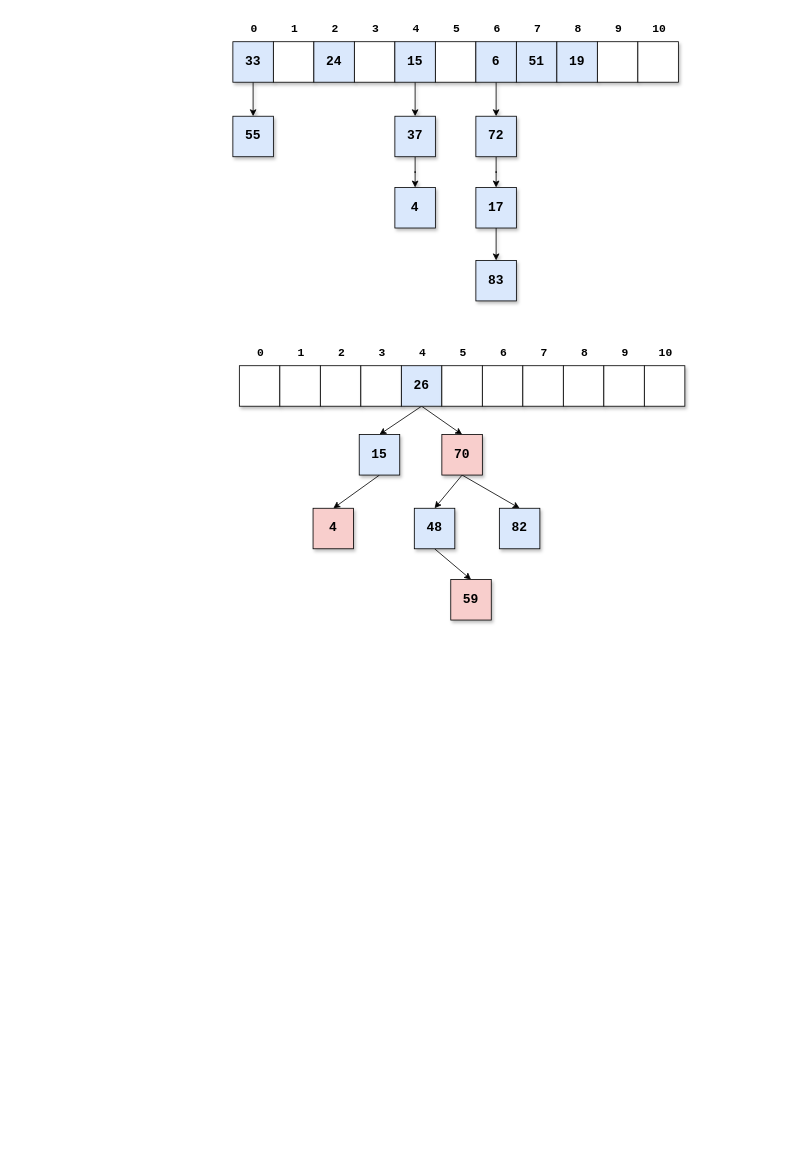
The draw.io diagram algorithm.drawio in Ocsio/draw-io, before the edit. Source tidied: cells renumbered, new cells numbered last; positions are measured from the earlier drawing's top-left corner, leaving out a move shared by most shapes. Both pictures are drawn from the tidied source at 81%, with x=0, y=0 at pixel (232, 17).
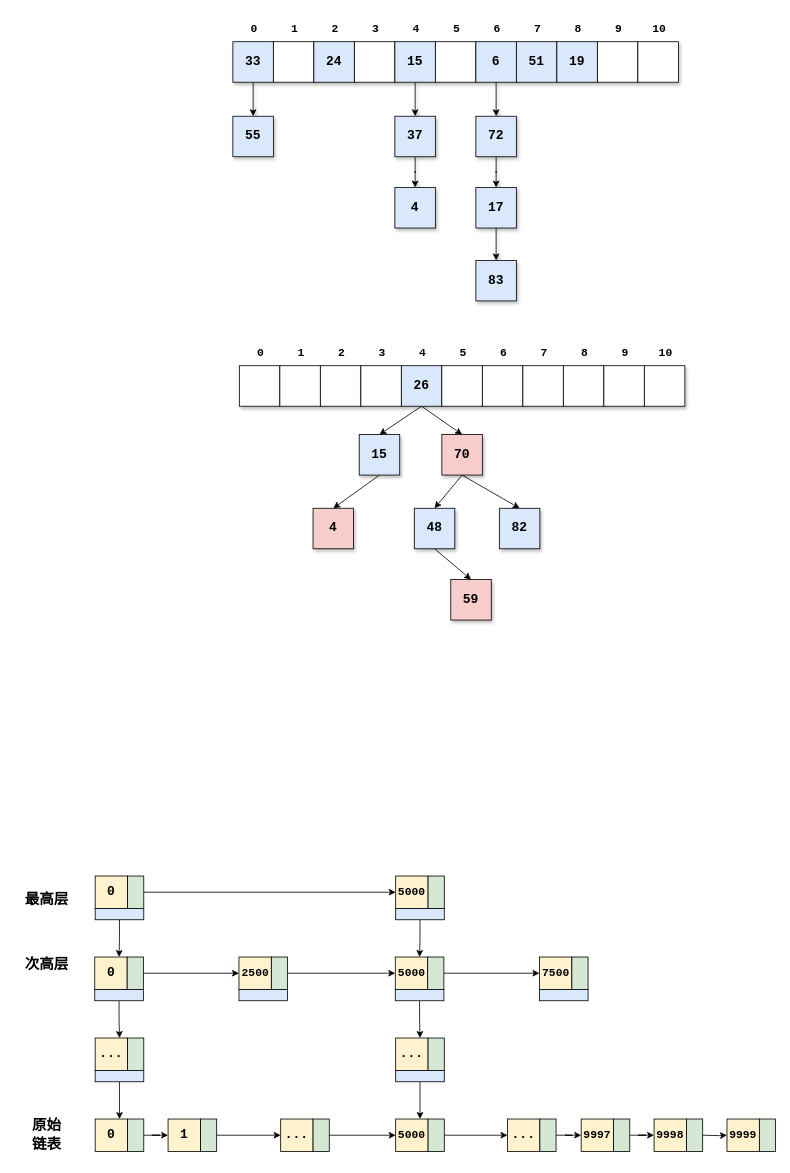
The same page after the edit.

Change to the diagram source:
```diff
@@
+    <mxCell id="70" value="&lt;b&gt;&lt;font style=&quot;font-size: 16px;&quot; face=&quot;Courier New&quot;&gt;0&lt;/font&gt;&lt;/b&gt;" style="rounded=0;whiteSpace=wrap;html=1;fillColor=#fff2cc;strokeColor=default;" parent="1" vertex="1">
+      <mxGeometry x="-170" y="1360" width="40" height="40" as="geometry" />
+    </mxCell>
+    <mxCell id="71" style="edgeStyle=orthogonalEdgeStyle;rounded=0;jettySize=auto;html=1;" parent="1" edge="1" source="72" target="74">
+      <mxGeometry relative="1" as="geometry" />
+    </mxCell>
+    <mxCell id="72" style="rounded=0;whiteSpace=wrap;html=1;fillColor=#d5e8d4;strokeColor=default;" parent="1" vertex="1">
+      <mxGeometry x="-130" y="1360" width="20" height="40" as="geometry" />
+    </mxCell>
+    <mxCell id="73" value="&lt;b style=&quot;font-size: 18px;&quot;&gt;&lt;font style=&quot;font-size: 18px;&quot; face=&quot;Courier New&quot;&gt;原始&lt;br&gt;链表&lt;/font&gt;&lt;/b&gt;" style="text;html=1;align=center;verticalAlign=middle;strokeColor=none;fillColor=none;" parent="1" vertex="1">
+      <mxGeometry x="-260" y="1350" width="60" height="60" as="geometry" />
+    </mxCell>
+    <mxCell id="74" value="&lt;b&gt;&lt;font style=&quot;font-size: 16px;&quot; face=&quot;Courier New&quot;&gt;1&lt;/font&gt;&lt;/b&gt;" style="rounded=0;whiteSpace=wrap;html=1;fillColor=#fff2cc;strokeColor=default;" parent="1" vertex="1">
+      <mxGeometry x="-80" y="1360" width="40" height="40" as="geometry" />
+    </mxCell>
+    <mxCell id="75" style="edgeStyle=orthogonalEdgeStyle;rounded=0;jettySize=auto;html=1;exitX=1;exitY=0.5;exitDx=0;exitDy=0;" parent="1" edge="1" source="76" target="83">
+      <mxGeometry relative="1" as="geometry" />
+    </mxCell>
+    <mxCell id="76" style="rounded=0;whiteSpace=wrap;html=1;fillColor=#d5e8d4;strokeColor=default;" parent="1" vertex="1">
+      <mxGeometry x="-40" y="1360" width="20" height="40" as="geometry" />
+    </mxCell>
+    <mxCell id="77" value="&lt;b&gt;&lt;font style=&quot;font-size: 14px;&quot; face=&quot;Courier New&quot;&gt;5000&lt;/font&gt;&lt;/b&gt;" style="rounded=0;whiteSpace=wrap;html=1;fillColor=#fff2cc;strokeColor=default;" parent="1" vertex="1">
+      <mxGeometry x="201" y="1360" width="40" height="40" as="geometry" />
+    </mxCell>
+    <mxCell id="78" style="edgeStyle=orthogonalEdgeStyle;rounded=0;jettySize=auto;html=1;" parent="1" edge="1" source="79" target="80">
+      <mxGeometry relative="1" as="geometry" />
+    </mxCell>
+    <mxCell id="79" style="rounded=0;whiteSpace=wrap;html=1;fillColor=#d5e8d4;strokeColor=default;" parent="1" vertex="1">
+      <mxGeometry x="241" y="1360" width="20" height="40" as="geometry" />
+    </mxCell>
+    <mxCell id="80" value="&lt;b&gt;&lt;font style=&quot;font-size: 16px;&quot; face=&quot;Courier New&quot;&gt;...&lt;/font&gt;&lt;/b&gt;" style="rounded=0;whiteSpace=wrap;html=1;fillColor=#fff2cc;strokeColor=default;" parent="1" vertex="1">
+      <mxGeometry x="339" y="1360" width="40" height="40" as="geometry" />
+    </mxCell>
+    <mxCell id="81" style="edgeStyle=orthogonalEdgeStyle;rounded=0;jettySize=auto;html=1;" parent="1" edge="1" source="82" target="86">
+      <mxGeometry relative="1" as="geometry" />
+    </mxCell>
+    <mxCell id="82" style="rounded=0;whiteSpace=wrap;html=1;fillColor=#d5e8d4;strokeColor=default;" parent="1" vertex="1">
+      <mxGeometry x="379" y="1360" width="20" height="40" as="geometry" />
+    </mxCell>
+    <mxCell id="83" value="&lt;b&gt;&lt;font style=&quot;font-size: 16px;&quot; face=&quot;Courier New&quot;&gt;...&lt;/font&gt;&lt;/b&gt;" style="rounded=0;whiteSpace=wrap;html=1;fillColor=#fff2cc;strokeColor=default;" parent="1" vertex="1">
+      <mxGeometry x="59" y="1360" width="40" height="40" as="geometry" />
+    </mxCell>
+    <mxCell id="84" style="edgeStyle=orthogonalEdgeStyle;rounded=0;jettySize=auto;html=1;" parent="1" edge="1" source="85" target="77">
+      <mxGeometry relative="1" as="geometry" />
+    </mxCell>
+    <mxCell id="85" style="rounded=0;whiteSpace=wrap;html=1;fillColor=#d5e8d4;strokeColor=default;" parent="1" vertex="1">
+      <mxGeometry x="99" y="1360" width="20" height="40" as="geometry" />
+    </mxCell>
+    <mxCell id="86" value="&lt;b&gt;&lt;font style=&quot;font-size: 14px;&quot; face=&quot;Courier New&quot;&gt;9997&lt;/font&gt;&lt;/b&gt;" style="rounded=0;whiteSpace=wrap;html=1;fillColor=#fff2cc;strokeColor=default;" parent="1" vertex="1">
+      <mxGeometry x="430" y="1360" width="40" height="40" as="geometry" />
+    </mxCell>
+    <mxCell id="87" style="edgeStyle=orthogonalEdgeStyle;rounded=0;jettySize=auto;html=1;" parent="1" edge="1" source="88" target="89">
+      <mxGeometry relative="1" as="geometry" />
+    </mxCell>
+    <mxCell id="88" style="rounded=0;whiteSpace=wrap;html=1;fillColor=#d5e8d4;strokeColor=default;" parent="1" vertex="1">
+      <mxGeometry x="470" y="1360" width="20" height="40" as="geometry" />
+    </mxCell>
+    <mxCell id="89" value="&lt;font size=&quot;1&quot; face=&quot;Courier New&quot;&gt;&lt;b style=&quot;font-size: 14px;&quot;&gt;9998&lt;/b&gt;&lt;/font&gt;" style="rounded=0;whiteSpace=wrap;html=1;fillColor=#fff2cc;strokeColor=default;" parent="1" vertex="1">
+      <mxGeometry x="520" y="1360" width="40" height="40" as="geometry" />
+    </mxCell>
+    <mxCell id="90" style="rounded=0;whiteSpace=wrap;html=1;fillColor=#d5e8d4;strokeColor=default;" parent="1" vertex="1">
+      <mxGeometry x="560" y="1360" width="20" height="40" as="geometry" />
+    </mxCell>
+    <mxCell id="91" style="edgeStyle=orthogonalEdgeStyle;rounded=0;jettySize=auto;html=1;" parent="1" edge="1" target="92">
+      <mxGeometry relative="1" as="geometry">
+        <mxPoint x="580" y="1380" as="sourcePoint" />
+      </mxGeometry>
+    </mxCell>
+    <mxCell id="92" value="&lt;b&gt;&lt;font style=&quot;font-size: 14px;&quot; face=&quot;Courier New&quot;&gt;9999&lt;/font&gt;&lt;/b&gt;" style="rounded=0;whiteSpace=wrap;html=1;fillColor=#fff2cc;strokeColor=default;" parent="1" vertex="1">
+      <mxGeometry x="610" y="1360" width="40" height="40" as="geometry" />
+    </mxCell>
+    <mxCell id="93" style="rounded=0;whiteSpace=wrap;html=1;fillColor=#d5e8d4;strokeColor=default;" parent="1" vertex="1">
+      <mxGeometry x="650" y="1360" width="20" height="40" as="geometry" />
+    </mxCell>
+    <mxCell id="94" value="&lt;b&gt;&lt;font style=&quot;font-size: 16px;&quot; face=&quot;Courier New&quot;&gt;0&lt;/font&gt;&lt;/b&gt;" style="rounded=0;whiteSpace=wrap;html=1;fillColor=#fff2cc;strokeColor=default;" parent="1" vertex="1">
+      <mxGeometry x="-170" y="1060" width="40" height="40" as="geometry" />
+    </mxCell>
+    <mxCell id="95" style="edgeStyle=orthogonalEdgeStyle;rounded=0;jettySize=auto;html=1;" parent="1" edge="1" source="96" target="99">
+      <mxGeometry relative="1" as="geometry" />
+    </mxCell>
+    <mxCell id="96" style="rounded=0;whiteSpace=wrap;html=1;fillColor=#d5e8d4;strokeColor=default;" parent="1" vertex="1">
+      <mxGeometry x="-130" y="1060" width="20" height="40" as="geometry" />
+    </mxCell>
+    <mxCell id="97" style="edgeStyle=orthogonalEdgeStyle;rounded=0;jettySize=auto;html=1;entryX=0.75;entryY=0;entryDx=0;entryDy=0;" parent="1" edge="1" source="98" target="104">
+      <mxGeometry relative="1" as="geometry" />
+    </mxCell>
+    <mxCell id="98" style="rounded=0;whiteSpace=wrap;html=1;fillColor=#dae8fc;strokeColor=default;" parent="1" vertex="1">
+      <mxGeometry x="-170" y="1100" width="60" height="14" as="geometry" />
+    </mxCell>
+    <mxCell id="99" value="&lt;b&gt;&lt;font style=&quot;font-size: 14px;&quot; face=&quot;Courier New&quot;&gt;5000&lt;/font&gt;&lt;/b&gt;" style="rounded=0;whiteSpace=wrap;html=1;fillColor=#fff2cc;strokeColor=default;" parent="1" vertex="1">
+      <mxGeometry x="201" y="1060" width="40" height="40" as="geometry" />
+    </mxCell>
+    <mxCell id="100" style="rounded=0;whiteSpace=wrap;html=1;fillColor=#d5e8d4;strokeColor=default;" parent="1" vertex="1">
+      <mxGeometry x="241" y="1060" width="20" height="40" as="geometry" />
+    </mxCell>
+    <mxCell id="101" style="edgeStyle=orthogonalEdgeStyle;rounded=0;jettySize=auto;html=1;entryX=0.75;entryY=0;entryDx=0;entryDy=0;" parent="1" edge="1" source="102" target="113">
+      <mxGeometry relative="1" as="geometry" />
+    </mxCell>
+    <mxCell id="102" style="rounded=0;whiteSpace=wrap;html=1;fillColor=#dae8fc;strokeColor=default;" parent="1" vertex="1">
+      <mxGeometry x="201" y="1100" width="60" height="14" as="geometry" />
+    </mxCell>
+    <mxCell id="103" value="&lt;font face=&quot;Courier New&quot;&gt;&lt;span style=&quot;font-size: 18px;&quot;&gt;&lt;b&gt;最高层&lt;/b&gt;&lt;/span&gt;&lt;/font&gt;" style="text;html=1;align=center;verticalAlign=middle;strokeColor=none;fillColor=none;" parent="1" vertex="1">
+      <mxGeometry x="-270" y="1070" width="80" height="40" as="geometry" />
+    </mxCell>
+    <mxCell id="104" value="&lt;b&gt;&lt;font style=&quot;font-size: 16px;&quot; face=&quot;Courier New&quot;&gt;0&lt;/font&gt;&lt;/b&gt;" style="rounded=0;whiteSpace=wrap;html=1;fillColor=#fff2cc;strokeColor=default;" parent="1" vertex="1">
+      <mxGeometry x="-170.5" y="1160" width="40" height="40" as="geometry" />
+    </mxCell>
+    <mxCell id="105" style="edgeStyle=orthogonalEdgeStyle;rounded=0;jettySize=auto;html=1;" parent="1" edge="1" source="106" target="109">
+      <mxGeometry relative="1" as="geometry" />
+    </mxCell>
+    <mxCell id="106" style="rounded=0;whiteSpace=wrap;html=1;fillColor=#d5e8d4;strokeColor=default;" parent="1" vertex="1">
+      <mxGeometry x="-130.5" y="1160" width="20" height="40" as="geometry" />
+    </mxCell>
+    <mxCell id="107" style="edgeStyle=orthogonalEdgeStyle;rounded=0;jettySize=auto;html=1;entryX=0.75;entryY=0;entryDx=0;entryDy=0;" parent="1" edge="1" source="108" target="122">
+      <mxGeometry relative="1" as="geometry" />
+    </mxCell>
+    <mxCell id="108" style="rounded=0;whiteSpace=wrap;html=1;fillColor=#dae8fc;strokeColor=default;" parent="1" vertex="1">
+      <mxGeometry x="-170.5" y="1200" width="60" height="14" as="geometry" />
+    </mxCell>
+    <mxCell id="109" value="&lt;font face=&quot;Courier New&quot;&gt;&lt;span style=&quot;font-size: 14px;&quot;&gt;&lt;b&gt;2500&lt;/b&gt;&lt;/span&gt;&lt;/font&gt;" style="rounded=0;whiteSpace=wrap;html=1;fillColor=#fff2cc;strokeColor=default;" parent="1" vertex="1">
+      <mxGeometry x="7.5" y="1160" width="40" height="40" as="geometry" />
+    </mxCell>
+    <mxCell id="110" style="edgeStyle=orthogonalEdgeStyle;rounded=0;jettySize=auto;html=1;" parent="1" edge="1" source="111" target="113">
+      <mxGeometry relative="1" as="geometry" />
+    </mxCell>
+    <mxCell id="111" style="rounded=0;whiteSpace=wrap;html=1;fillColor=#d5e8d4;strokeColor=default;" parent="1" vertex="1">
+      <mxGeometry x="47.5" y="1160" width="20" height="40" as="geometry" />
+    </mxCell>
+    <mxCell id="112" style="rounded=0;whiteSpace=wrap;html=1;fillColor=#dae8fc;strokeColor=default;" parent="1" vertex="1">
+      <mxGeometry x="7.5" y="1200" width="60" height="14" as="geometry" />
+    </mxCell>
+    <mxCell id="113" value="&lt;b&gt;&lt;font style=&quot;font-size: 14px;&quot; face=&quot;Courier New&quot;&gt;5000&lt;/font&gt;&lt;/b&gt;" style="rounded=0;whiteSpace=wrap;html=1;fillColor=#fff2cc;strokeColor=default;" parent="1" vertex="1">
+      <mxGeometry x="200.5" y="1160" width="40" height="40" as="geometry" />
+    </mxCell>
+    <mxCell id="114" style="edgeStyle=orthogonalEdgeStyle;rounded=0;jettySize=auto;html=1;entryX=0;entryY=0.5;entryDx=0;entryDy=0;" parent="1" edge="1" source="115" target="118">
+      <mxGeometry relative="1" as="geometry" />
+    </mxCell>
+    <mxCell id="115" style="rounded=0;whiteSpace=wrap;html=1;fillColor=#d5e8d4;strokeColor=default;" parent="1" vertex="1">
+      <mxGeometry x="240.5" y="1160" width="20" height="40" as="geometry" />
+    </mxCell>
+    <mxCell id="116" style="edgeStyle=orthogonalEdgeStyle;rounded=0;jettySize=auto;html=1;entryX=0.75;entryY=0;entryDx=0;entryDy=0;" parent="1" edge="1" source="117" target="126">
+      <mxGeometry relative="1" as="geometry" />
+    </mxCell>
+    <mxCell id="117" style="rounded=0;whiteSpace=wrap;html=1;fillColor=#dae8fc;strokeColor=default;" parent="1" vertex="1">
+      <mxGeometry x="200.5" y="1200" width="60" height="14" as="geometry" />
+    </mxCell>
+    <mxCell id="118" value="&lt;font face=&quot;Courier New&quot;&gt;&lt;span style=&quot;font-size: 14px;&quot;&gt;&lt;b&gt;7500&lt;/b&gt;&lt;/span&gt;&lt;/font&gt;" style="rounded=0;whiteSpace=wrap;html=1;fillColor=#fff2cc;strokeColor=default;" parent="1" vertex="1">
+      <mxGeometry x="378.5" y="1160" width="40" height="40" as="geometry" />
+    </mxCell>
+    <mxCell id="119" style="rounded=0;whiteSpace=wrap;html=1;fillColor=#d5e8d4;strokeColor=default;" parent="1" vertex="1">
+      <mxGeometry x="418.5" y="1160" width="20" height="40" as="geometry" />
+    </mxCell>
+    <mxCell id="120" style="rounded=0;whiteSpace=wrap;html=1;fillColor=#dae8fc;strokeColor=default;" parent="1" vertex="1">
+      <mxGeometry x="378.5" y="1200" width="60" height="14" as="geometry" />
+    </mxCell>
+    <mxCell id="121" value="&lt;font face=&quot;Courier New&quot;&gt;&lt;span style=&quot;font-size: 18px;&quot;&gt;&lt;b&gt;次高层&lt;/b&gt;&lt;/span&gt;&lt;/font&gt;" style="text;html=1;align=center;verticalAlign=middle;strokeColor=none;fillColor=none;" parent="1" vertex="1">
+      <mxGeometry x="-270" y="1150" width="80" height="40" as="geometry" />
+    </mxCell>
+    <mxCell id="122" value="&lt;b&gt;&lt;font style=&quot;font-size: 16px;&quot; face=&quot;Courier New&quot;&gt;...&lt;/font&gt;&lt;/b&gt;" style="rounded=0;whiteSpace=wrap;html=1;fillColor=#fff2cc;strokeColor=default;" parent="1" vertex="1">
+      <mxGeometry x="-170" y="1260" width="40" height="40" as="geometry" />
+    </mxCell>
+    <mxCell id="123" style="rounded=0;whiteSpace=wrap;html=1;fillColor=#d5e8d4;strokeColor=default;" parent="1" vertex="1">
+      <mxGeometry x="-130" y="1260" width="20" height="40" as="geometry" />
+    </mxCell>
+    <mxCell id="124" style="edgeStyle=orthogonalEdgeStyle;rounded=0;jettySize=auto;html=1;entryX=0.75;entryY=0;entryDx=0;entryDy=0;" parent="1" edge="1" source="125" target="70">
+      <mxGeometry relative="1" as="geometry" />
+    </mxCell>
+    <mxCell id="125" style="rounded=0;whiteSpace=wrap;html=1;fillColor=#dae8fc;strokeColor=default;" parent="1" vertex="1">
+      <mxGeometry x="-170" y="1300" width="60" height="14" as="geometry" />
+    </mxCell>
+    <mxCell id="126" value="&lt;b&gt;&lt;font style=&quot;font-size: 16px;&quot; face=&quot;Courier New&quot;&gt;...&lt;/font&gt;&lt;/b&gt;" style="rounded=0;whiteSpace=wrap;html=1;fillColor=#fff2cc;strokeColor=default;" parent="1" vertex="1">
+      <mxGeometry x="201" y="1260" width="40" height="40" as="geometry" />
+    </mxCell>
+    <mxCell id="127" style="rounded=0;whiteSpace=wrap;html=1;fillColor=#d5e8d4;strokeColor=default;" parent="1" vertex="1">
+      <mxGeometry x="241" y="1260" width="20" height="40" as="geometry" />
+    </mxCell>
+    <mxCell id="128" style="edgeStyle=orthogonalEdgeStyle;rounded=0;jettySize=auto;html=1;entryX=0.75;entryY=0;entryDx=0;entryDy=0;" parent="1" edge="1" source="129" target="77">
+      <mxGeometry relative="1" as="geometry" />
+    </mxCell>
+    <mxCell id="129" style="rounded=0;whiteSpace=wrap;html=1;fillColor=#dae8fc;strokeColor=default;" parent="1" vertex="1">
+      <mxGeometry x="201" y="1300" width="60" height="14" as="geometry" />
+    </mxCell>
```
